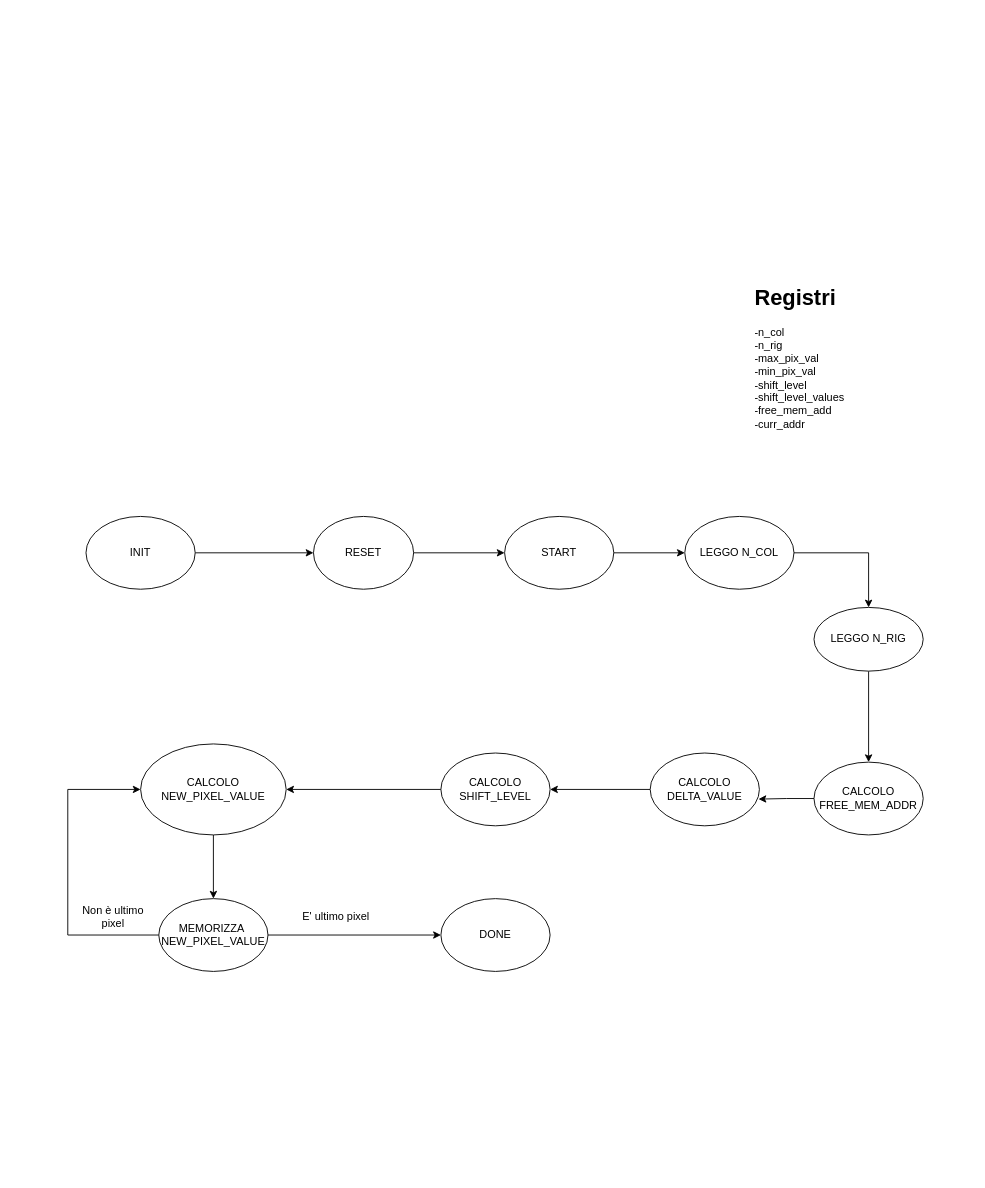
The draw.io diagram doc/FSM.drawio in maurofama99/Progetto-Reti-Logiche-2021, before the edit. Source tidied: cells renumbered, new cells numbered last; positions are measured from the earlier drawing's top-left corner, leaving out a move shared by most shapes. Both pictures are drawn from the tidied source at 91%, with x=0, y=0 at pixel (67, 279).
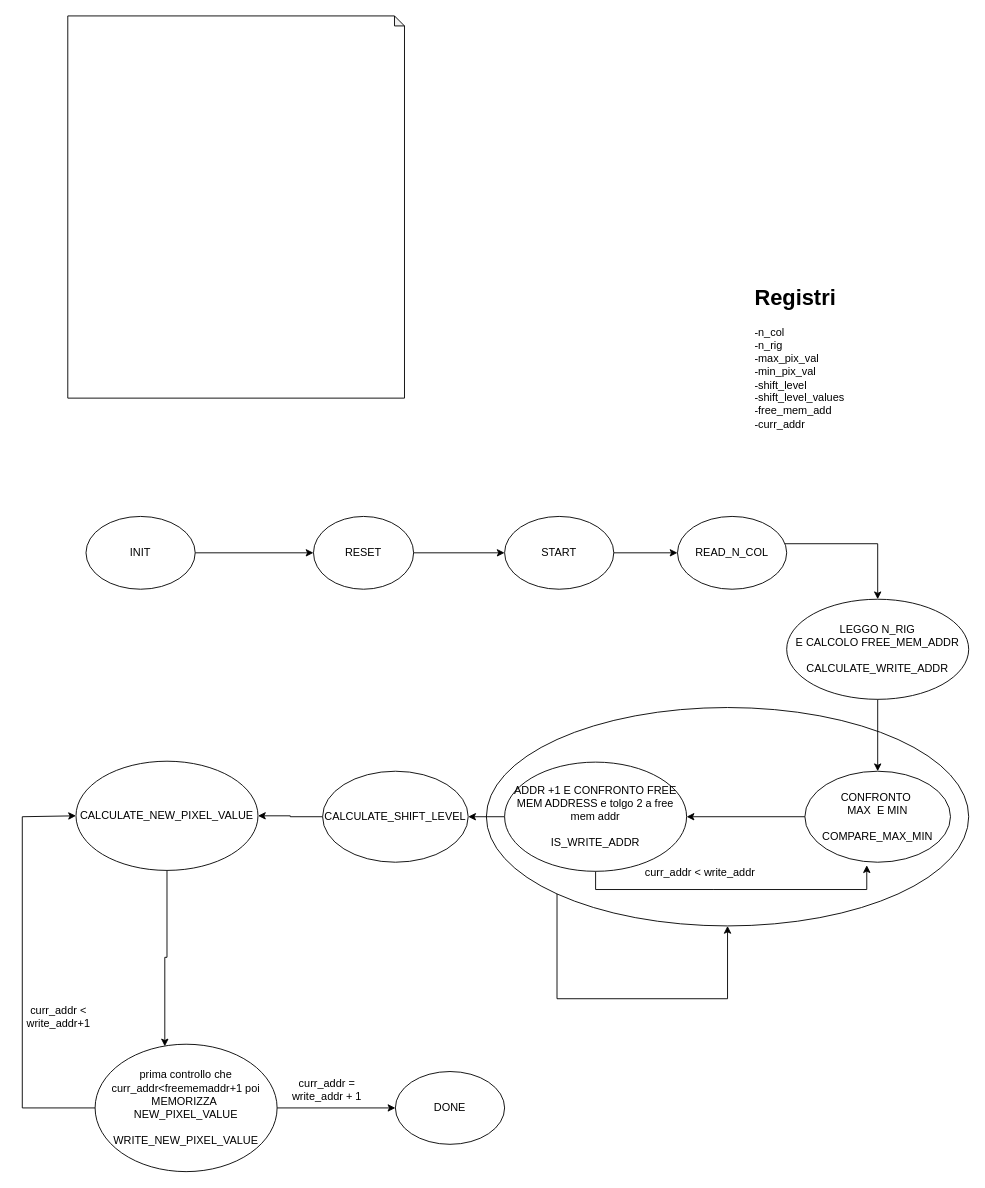
The same page after the edit.

Change to the diagram source:
```diff
@@
+    <mxCell id="27" style="ellipse;whiteSpace=wrap;html=1;" parent="1" vertex="1">
+      <mxGeometry x="460" y="470" width="530" height="240" as="geometry" />
+    </mxCell>
@@
     <mxCell id="9" style="edgeStyle=orthogonalEdgeStyle;rounded=0;jettySize=auto;html=1;entryX=0.5;entryY=0;entryDx=0;entryDy=0;" parent="1" edge="1" source="10" target="13">
-      <mxGeometry relative="1" as="geometry" />
+      <mxGeometry relative="1" as="geometry">
+        <Array as="points">
+          <mxPoint x="890" y="290" />
+        </Array>
+      </mxGeometry>
     </mxCell>
-    <mxCell id="10" value="LEGGO N_COL" style="ellipse;whiteSpace=wrap;html=1;" parent="1" vertex="1">
-      <mxGeometry x="678" y="260" width="120" height="80" as="geometry" />
+    <mxCell id="10" value="READ_N_COL" style="ellipse;whiteSpace=wrap;html=1;" parent="1" vertex="1">
+      <mxGeometry x="670" y="260" width="120" height="80" as="geometry" />
     </mxCell>
-    <mxCell id="11" style="edgeStyle=orthogonalEdgeStyle;rounded=0;jettySize=auto;html=1;entryX=0.992;entryY=0.633;entryDx=0;entryDy=0;entryPerimeter=0;" parent="1" edge="1" source="23" target="15">
-      <mxGeometry relative="1" as="geometry" />
-    </mxCell>
-    <mxCell id="12" style="edgeStyle=orthogonalEdgeStyle;rounded=0;jettySize=auto;html=1;entryX=0.5;entryY=0;entryDx=0;entryDy=0;" parent="1" edge="1" source="13" target="23">
-      <mxGeometry relative="1" as="geometry" />
-    </mxCell>
+    <mxCell id="28" style="edgeStyle=orthogonalEdgeStyle;rounded=0;jettySize=auto;html=1;" parent="1" edge="1" source="13" target="30">
+      <mxGeometry relative="1" as="geometry" />
+    </mxCell>
-    <mxCell id="13" value="LEGGO N_RIG" style="ellipse;whiteSpace=wrap;html=1;" parent="1" vertex="1">
-      <mxGeometry x="820" y="360" width="120" height="70" as="geometry" />
+    <mxCell id="13" value="LEGGO N_RIG&lt;br&gt;E CALCOLO FREE_MEM_ADDR&lt;br&gt;&lt;br&gt;CALCULATE_WRITE_ADDR" style="ellipse;whiteSpace=wrap;html=1;" parent="1" vertex="1">
+      <mxGeometry x="790" y="351" width="200" height="110" as="geometry" />
     </mxCell>
-    <mxCell id="14" style="edgeStyle=orthogonalEdgeStyle;rounded=0;jettySize=auto;html=1;entryX=1;entryY=0.5;entryDx=0;entryDy=0;" parent="1" edge="1" source="15" target="17">
-      <mxGeometry relative="1" as="geometry" />
-    </mxCell>
-    <mxCell id="15" value="CALCOLO DELTA_VALUE" style="ellipse;whiteSpace=wrap;html=1;" parent="1" vertex="1">
-      <mxGeometry x="640" y="520" width="120" height="80" as="geometry" />
-    </mxCell>
@@
-    <mxCell id="17" value="CALCOLO SHIFT_LEVEL" style="ellipse;whiteSpace=wrap;html=1;" parent="1" vertex="1">
-      <mxGeometry x="410" y="520" width="120" height="80" as="geometry" />
+    <mxCell id="17" value="CALCULATE_SHIFT_LEVEL&lt;br&gt;" style="ellipse;whiteSpace=wrap;html=1;" parent="1" vertex="1">
+      <mxGeometry x="280" y="540" width="160" height="100" as="geometry" />
     </mxCell>
-    <mxCell id="18" style="edgeStyle=orthogonalEdgeStyle;rounded=0;jettySize=auto;html=1;entryX=0.5;entryY=0;entryDx=0;entryDy=0;" parent="1" edge="1" source="19" target="22">
+    <mxCell id="18" style="edgeStyle=orthogonalEdgeStyle;rounded=0;jettySize=auto;html=1;entryX=0.383;entryY=0.017;entryDx=0;entryDy=0;entryPerimeter=0;" parent="1" edge="1" source="19" target="22">
       <mxGeometry relative="1" as="geometry" />
     </mxCell>
-    <mxCell id="19" value="CALCOLO NEW_PIXEL_VALUE" style="ellipse;whiteSpace=wrap;html=1;" parent="1" vertex="1">
-      <mxGeometry x="80" y="510" width="160" height="100" as="geometry" />
+    <mxCell id="19" value="CALCULATE_NEW_PIXEL_VALUE" style="ellipse;whiteSpace=wrap;html=1;" parent="1" vertex="1">
+      <mxGeometry x="9" y="529" width="200" height="120" as="geometry" />
     </mxCell>
     <mxCell id="20" style="edgeStyle=orthogonalEdgeStyle;rounded=0;jettySize=auto;html=1;entryX=0;entryY=0.5;entryDx=0;entryDy=0;" parent="1" edge="1" source="22" target="19">
       <mxGeometry relative="1" as="geometry">
         <Array as="points">
-          <mxPoint y="720" />
-          <mxPoint y="560" />
+          <mxPoint x="-50" y="910" />
+          <mxPoint x="-50" y="590" />
         </Array>
       </mxGeometry>
     </mxCell>
@@
-    <mxCell id="22" value="MEMORIZZA&amp;nbsp;&lt;br&gt;NEW_PIXEL_VALUE" style="ellipse;whiteSpace=wrap;html=1;" parent="1" vertex="1">
-      <mxGeometry x="100" y="680" width="120" height="80" as="geometry" />
+    <mxCell id="22" value="prima controllo che curr_addr&amp;lt;freememaddr+1 poi&lt;br&gt;MEMORIZZA&amp;nbsp;&lt;br&gt;NEW_PIXEL_VALUE&lt;br&gt;&lt;br&gt;WRITE_NEW_PIXEL_VALUE" style="ellipse;whiteSpace=wrap;html=1;" parent="1" vertex="1">
+      <mxGeometry x="30" y="840" width="200" height="140" as="geometry" />
     </mxCell>
-    <mxCell id="23" value="CALCOLO FREE_MEM_ADDR" style="ellipse;whiteSpace=wrap;html=1;" parent="1" vertex="1">
-      <mxGeometry x="820" y="530" width="120" height="80" as="geometry" />
-    </mxCell>
-    <mxCell id="24" value="Non è ultimo pixel" style="text;html=1;strokeColor=none;fillColor=none;align=center;verticalAlign=middle;whiteSpace=wrap;rounded=0;" parent="1" vertex="1">
-      <mxGeometry x="10" y="680" width="80" height="40" as="geometry" />
+    <mxCell id="24" value="curr_addr &amp;lt; write_addr+1" style="text;html=1;strokeColor=none;fillColor=none;align=center;verticalAlign=middle;whiteSpace=wrap;rounded=0;" parent="1" vertex="1">
+      <mxGeometry x="-50" y="790" width="80" height="40" as="geometry" />
     </mxCell>
     <mxCell id="25" value="DONE" style="ellipse;whiteSpace=wrap;html=1;" parent="1" vertex="1">
-      <mxGeometry x="410" y="680" width="120" height="80" as="geometry" />
+      <mxGeometry x="360" y="870" width="120" height="80" as="geometry" />
     </mxCell>
-    <mxCell id="26" value="E' ultimo pixel" style="text;html=1;strokeColor=none;fillColor=none;align=center;verticalAlign=middle;whiteSpace=wrap;rounded=0;" parent="1" vertex="1">
-      <mxGeometry x="240" y="690" width="110" height="20" as="geometry" />
+    <mxCell id="26" value="curr_addr = write_addr + 1" style="text;html=1;strokeColor=none;fillColor=none;align=center;verticalAlign=middle;whiteSpace=wrap;rounded=0;" parent="1" vertex="1">
+      <mxGeometry x="230" y="880" width="110" height="20" as="geometry" />
     </mxCell>
+    <mxCell id="29" style="edgeStyle=orthogonalEdgeStyle;rounded=0;jettySize=auto;html=1;entryX=1;entryY=0.5;entryDx=0;entryDy=0;" parent="1" edge="1" source="30" target="33">
+      <mxGeometry relative="1" as="geometry" />
+    </mxCell>
+    <mxCell id="30" value="CONFRONTO&amp;nbsp;&lt;br&gt;MAX&amp;nbsp; E MIN&lt;br&gt;&lt;br&gt;COMPARE_MAX_MIN" style="ellipse;whiteSpace=wrap;html=1;" parent="1" vertex="1">
+      <mxGeometry x="810" y="540" width="160" height="100" as="geometry" />
+    </mxCell>
+    <mxCell id="31" style="edgeStyle=orthogonalEdgeStyle;rounded=0;jettySize=auto;html=1;entryX=0.425;entryY=1.033;entryDx=0;entryDy=0;entryPerimeter=0;" parent="1" edge="1" source="33" target="30">
+      <mxGeometry relative="1" as="geometry">
+        <Array as="points">
+          <mxPoint x="710" y="670" />
+          <mxPoint x="881" y="670" />
+        </Array>
+      </mxGeometry>
+    </mxCell>
+    <mxCell id="32" style="edgeStyle=orthogonalEdgeStyle;rounded=0;jettySize=auto;html=1;entryX=1;entryY=0.5;entryDx=0;entryDy=0;" parent="1" edge="1" source="33" target="17">
+      <mxGeometry relative="1" as="geometry" />
+    </mxCell>
+    <mxCell id="33" value="ADDR +1 E CONFRONTO FREE MEM ADDRESS e tolgo 2 a free mem addr&lt;br&gt;&lt;br&gt;IS_WRITE_ADDR" style="ellipse;whiteSpace=wrap;html=1;" parent="1" vertex="1">
+      <mxGeometry x="480" y="530" width="200" height="120" as="geometry" />
+    </mxCell>
+    <mxCell id="34" style="shape=note;whiteSpace=wrap;html=1;backgroundOutline=1;darkOpacity=0.05;size=11;" parent="1" vertex="1">
+      <mxGeometry y="-290" width="370" height="420" as="geometry" />
+    </mxCell>
+    <mxCell id="35" value="curr_addr &amp;lt; write_addr" style="text;html=1;strokeColor=none;fillColor=none;align=center;verticalAlign=middle;whiteSpace=wrap;rounded=0;" parent="1" vertex="1">
+      <mxGeometry x="630" y="640" width="130" height="23" as="geometry" />
+    </mxCell>
+    <mxCell id="36" style="edgeStyle=orthogonalEdgeStyle;rounded=0;orthogonalLoop=1;jettySize=auto;html=1;exitX=0;exitY=1;exitDx=0;exitDy=0;" parent="1" edge="1" source="27" target="27">
+      <mxGeometry relative="1" as="geometry">
+        <Array as="points">
+          <mxPoint x="538" y="790" />
+          <mxPoint x="725" y="790" />
+        </Array>
+      </mxGeometry>
+    </mxCell>
```
